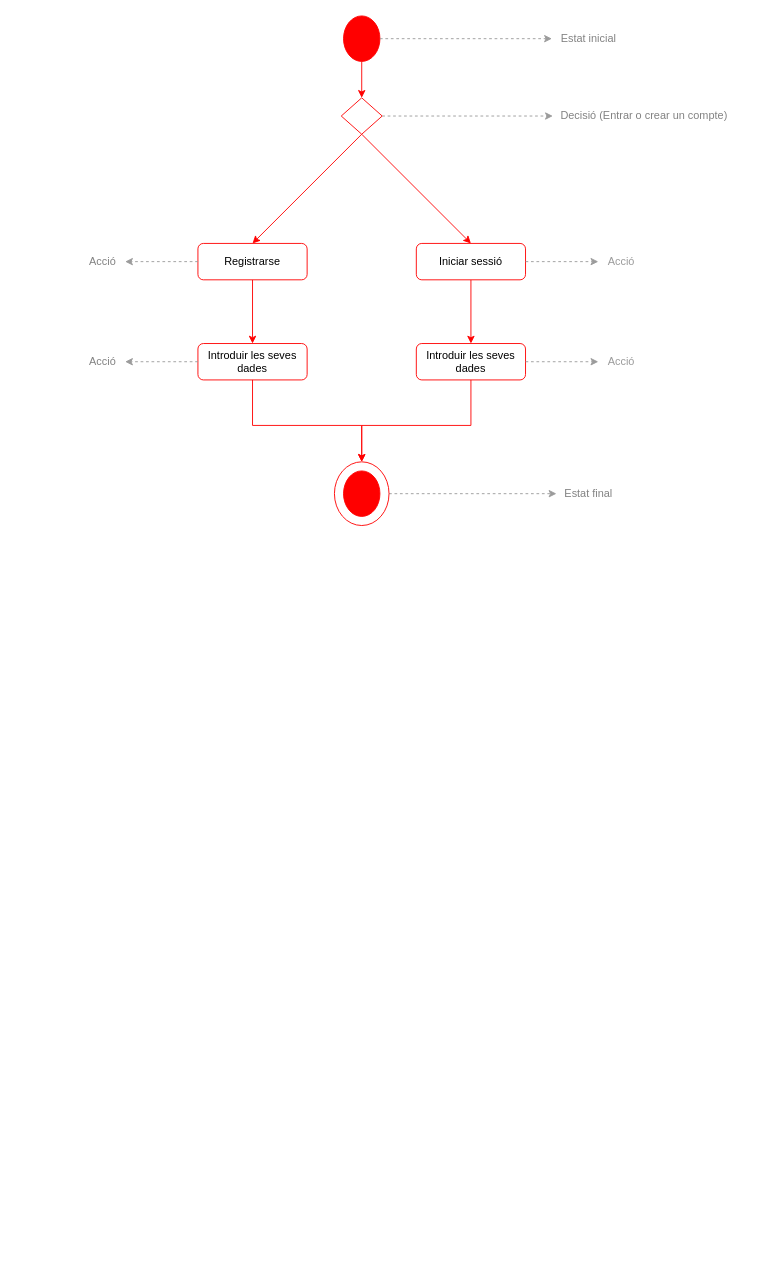
ivanESFE/Projecte keeps this draw.io diagram as Diagramas/ Diagrama d'activitats.drawio. Above is the earlier version. Source tidied: cells renumbered, new cells numbered last; positions are measured from the earlier drawing's top-left corner, leaving out a move shared by most shapes. Both pictures are drawn from the tidied source at 91%, with x=0, y=0 at pixel (79, 15).
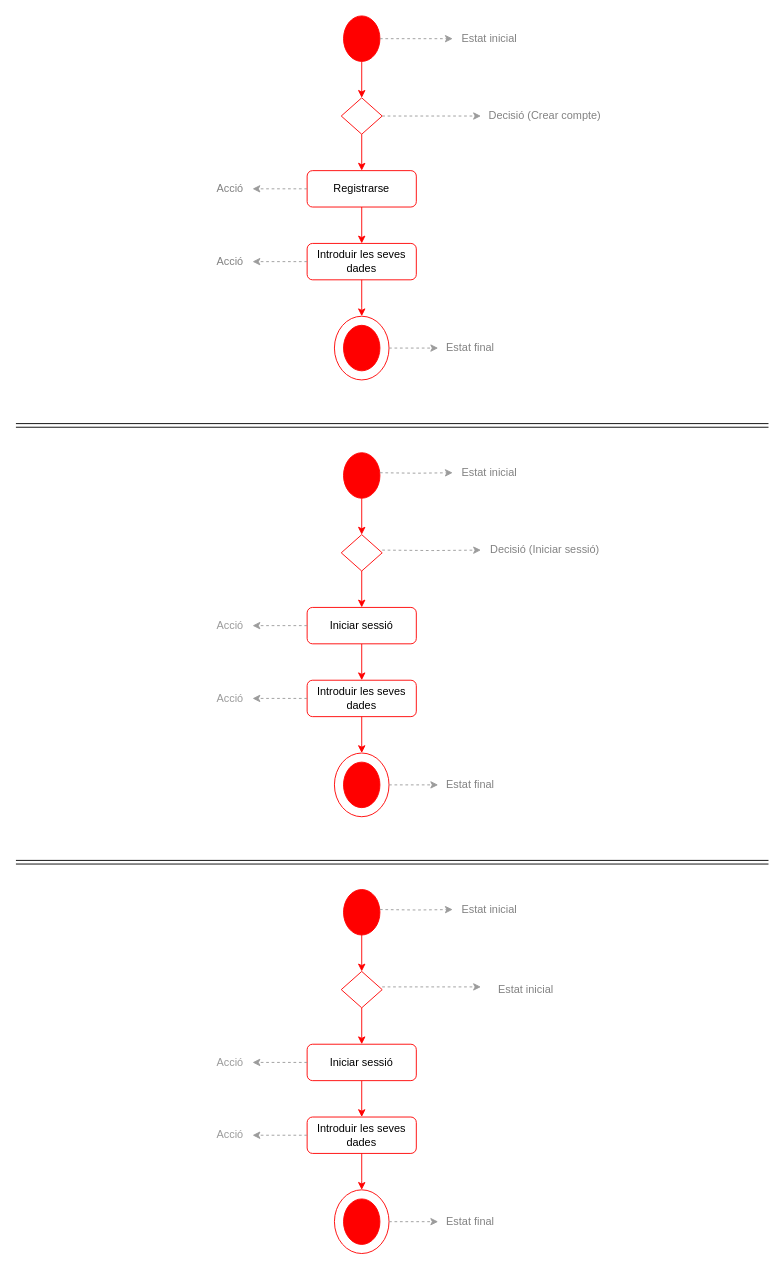
After the change.

The change refers to these unchanged cells:
```xml
<mxCell id="13" style="rhombus;whiteSpace=wrap;html=1;fillColor=#FFFFFF;strokeColor=#FF0000;" parent="1" vertex="1">
  <mxGeometry x="287.5" y="90" width="45" height="40" as="geometry" />
</mxCell>
```

Change to the diagram source:
```diff
@@
     <mxCell id="3" value="Registrarse" style="rounded=1;whiteSpace=wrap;html=1;fontSize=12;glass=0;strokeWidth=1;shadow=0;strokeColor=#FF0000;" parent="1" vertex="1">
-      <mxGeometry x="130" y="250" width="120" height="40" as="geometry" />
+      <mxGeometry x="250" y="170" width="120" height="40" as="geometry" />
     </mxCell>
@@
     <mxCell id="7" value="&lt;font color=&quot;#828282&quot;&gt;Estat inicial&lt;/font&gt;" style="text;html=1;align=center;verticalAlign=middle;points=[];strokeColor=none;fillColor=none;" parent="1" vertex="1">
-      <mxGeometry x="519" y="15" width="80" height="20" as="geometry" />
+      <mxGeometry x="410" y="15" width="80" height="20" as="geometry" />
     </mxCell>
-    <mxCell id="8" style="edgeStyle=orthogonalEdgeStyle;rounded=0;jettySize=auto;html=1;fontColor=#828282;strokeColor=#FF0000;fillColor=#FF0000;entryX=0.5;entryY=0;entryDx=0;entryDy=0;" parent="1" edge="1" source="9" target="16">
-      <mxGeometry relative="1" as="geometry" />
-    </mxCell>
-    <mxCell id="9" value="Iniciar sessió" style="rounded=1;whiteSpace=wrap;html=1;fontSize=12;glass=0;strokeWidth=1;shadow=0;strokeColor=#FF0000;" parent="1" vertex="1">
-      <mxGeometry x="370" y="250" width="120" height="40" as="geometry" />
-    </mxCell>
-    <mxCell id="10" style="endArrow=classic;html=1;rounded=0;entryX=0.5;entryY=0;entryDx=0;entryDy=0;strokeColor=#FF0000;fillColor=#FF0000;exitX=0.5;exitY=1;exitDx=0;exitDy=0;" parent="1" edge="1" source="13" target="9">
-      <mxGeometry relative="1" as="geometry" />
-    </mxCell>
-    <mxCell id="11" value="&lt;font&gt;Acció&lt;/font&gt;" style="text;html=1;align=center;verticalAlign=middle;points=[];strokeColor=none;fillColor=none;fontColor=#9B9B9B;" parent="1" vertex="1">
-      <mxGeometry x="570" y="260" width="50" height="20" as="geometry" />
-    </mxCell>
     <mxCell id="12" value="&lt;font color=&quot;#828282&quot;&gt;Acció&lt;/font&gt;" style="text;html=1;align=center;verticalAlign=middle;points=[];strokeColor=none;fillColor=none;" parent="1" vertex="1">
-      <mxGeometry y="260" width="50" height="20" as="geometry" />
+      <mxGeometry x="140" y="180" width="50" height="20" as="geometry" />
     </mxCell>
@@
-    <mxCell id="14" value="&lt;font color=&quot;#828282&quot;&gt;Decisió (Entrar o crear un compte)&lt;/font&gt;" style="text;html=1;align=center;verticalAlign=middle;points=[];strokeColor=none;fillColor=none;" parent="1" vertex="1">
-      <mxGeometry x="520" y="100" width="200" height="20" as="geometry" />
+    <mxCell id="14" value="&lt;font color=&quot;#828282&quot;&gt;Decisió (Crear compte)&lt;/font&gt;" style="text;html=1;align=center;verticalAlign=middle;points=[];strokeColor=none;fillColor=none;" parent="1" vertex="1">
+      <mxGeometry x="441" y="100" width="140" height="20" as="geometry" />
     </mxCell>
     <mxCell id="15" value="Introduir les seves dades" style="rounded=1;whiteSpace=wrap;html=1;fontSize=12;glass=0;strokeWidth=1;shadow=0;strokeColor=#FF0000;" parent="1" vertex="1">
-      <mxGeometry x="130" y="360" width="120" height="40" as="geometry" />
+      <mxGeometry x="250" y="250" width="120" height="40" as="geometry" />
     </mxCell>
-    <mxCell id="16" value="Introduir les seves dades" style="rounded=1;whiteSpace=wrap;html=1;fontSize=12;glass=0;strokeWidth=1;shadow=0;strokeColor=#FF0000;" parent="1" vertex="1">
-      <mxGeometry x="370" y="360" width="120" height="40" as="geometry" />
-    </mxCell>
-    <mxCell id="17" value="&lt;font&gt;Acció&lt;/font&gt;" style="text;html=1;align=center;verticalAlign=middle;points=[];strokeColor=none;fillColor=none;fontColor=#9B9B9B;" parent="1" vertex="1">
-      <mxGeometry x="570" y="370" width="50" height="20" as="geometry" />
-    </mxCell>
     <mxCell id="18" value="&lt;font color=&quot;#828282&quot;&gt;Acció&lt;/font&gt;" style="text;html=1;align=center;verticalAlign=middle;points=[];strokeColor=none;fillColor=none;" parent="1" vertex="1">
-      <mxGeometry y="370" width="50" height="20" as="geometry" />
+      <mxGeometry x="140" y="260" width="50" height="20" as="geometry" />
     </mxCell>
-    <mxCell id="19" style="edgeStyle=elbowEdgeStyle;elbow=vertical;endArrow=classic;html=1;rounded=0;exitX=0.5;exitY=1;exitDx=0;exitDy=0;strokeColor=#FF0000;entryX=0.5;entryY=0;entryDx=0;entryDy=0;" parent="1" edge="1" source="15" target="30">
-      <mxGeometry relative="1" as="geometry">
-        <Array as="points">
-          <mxPoint x="210" y="450" />
-          <mxPoint x="270" y="470" />
-        </Array>
-      </mxGeometry>
-    </mxCell>
-    <mxCell id="20" style="edgeStyle=elbowEdgeStyle;elbow=vertical;endArrow=classic;html=1;rounded=0;exitX=0.5;exitY=1;exitDx=0;exitDy=0;strokeColor=#FF0000;entryX=0.5;entryY=0;entryDx=0;entryDy=0;" parent="1" edge="1" source="16" target="30">
-      <mxGeometry relative="1" as="geometry">
-        <Array as="points">
-          <mxPoint x="380" y="450" />
-          <mxPoint x="280" y="480" />
-        </Array>
-      </mxGeometry>
-    </mxCell>
-    <mxCell id="21" style="edgeStyle=orthogonalEdgeStyle;rounded=0;jettySize=auto;html=1;fontColor=#828282;strokeColor=#9B9B9B;fillColor=#FF0000;exitX=1;exitY=0.5;exitDx=0;exitDy=0;dashed=1;" parent="1" edge="1" source="16" target="17">
-      <mxGeometry relative="1" as="geometry" />
-    </mxCell>
-    <mxCell id="22" style="edgeStyle=orthogonalEdgeStyle;rounded=0;jettySize=auto;html=1;fontColor=#828282;strokeColor=#9B9B9B;fillColor=#FF0000;exitX=1;exitY=0.5;exitDx=0;exitDy=0;dashed=1;" parent="1" edge="1" source="9" target="11">
-      <mxGeometry relative="1" as="geometry" />
-    </mxCell>
@@
     <mxCell id="27" style="ellipse;whiteSpace=wrap;html=1;strokeColor=#FF0000;fillColor=#FF0000;" parent="1" vertex="1">
-      <mxGeometry x="290" y="500" width="40" height="50" as="geometry" />
+      <mxGeometry x="290" y="340" width="40" height="50" as="geometry" />
     </mxCell>
-    <mxCell id="28" value="&lt;font color=&quot;#828282&quot;&gt;Estat final&lt;br&gt;&lt;/font&gt;" style="text;html=1;align=center;verticalAlign=middle;points=[];strokeColor=none;fillColor=none;" parent="1" vertex="1">
-      <mxGeometry x="524" y="515" width="70" height="20" as="geometry" />
-    </mxCell>
-    <mxCell id="29" style="edgeStyle=orthogonalEdgeStyle;rounded=0;jettySize=auto;html=1;fontColor=#828282;strokeColor=#9B9B9B;fillColor=#FF0000;exitX=1;exitY=0.5;exitDx=0;exitDy=0;dashed=1;" parent="1" edge="1" source="30" target="28">
-      <mxGeometry relative="1" as="geometry" />
-    </mxCell>
     <mxCell id="30" style="ellipse;whiteSpace=wrap;html=1;strokeColor=#FF0000;fillColor=none;" parent="1" vertex="1">
-      <mxGeometry x="280" y="490" width="60" height="70" as="geometry" />
+      <mxGeometry x="280" y="330" width="60" height="70" as="geometry" />
     </mxCell>
+    <mxCell id="31" style="edgeStyle=orthogonalEdgeStyle;rounded=0;jettySize=auto;html=1;fontColor=#828282;strokeColor=#FF0000;fillColor=#FF0000;entryX=0.5;entryY=0;entryDx=0;entryDy=0;" parent="1" edge="1" source="32" target="35">
+      <mxGeometry relative="1" as="geometry" />
+    </mxCell>
+    <mxCell id="32" value="Iniciar sessió" style="rounded=1;whiteSpace=wrap;html=1;fontSize=12;glass=0;strokeWidth=1;shadow=0;strokeColor=#FF0000;" parent="1" vertex="1">
+      <mxGeometry x="250" y="650" width="120" height="40" as="geometry" />
+    </mxCell>
+    <mxCell id="33" style="endArrow=classic;html=1;rounded=0;entryX=0.5;entryY=0;entryDx=0;entryDy=0;strokeColor=#FF0000;fillColor=#FF0000;exitX=0.5;exitY=1;exitDx=0;exitDy=0;" parent="1" edge="1" source="45" target="32">
+      <mxGeometry relative="1" as="geometry" />
+    </mxCell>
+    <mxCell id="34" value="&lt;font&gt;Acció&lt;/font&gt;" style="text;html=1;align=center;verticalAlign=middle;points=[];strokeColor=none;fillColor=none;fontColor=#9B9B9B;" parent="1" vertex="1">
+      <mxGeometry x="140" y="660" width="50" height="20" as="geometry" />
+    </mxCell>
+    <mxCell id="35" value="Introduir les seves dades" style="rounded=1;whiteSpace=wrap;html=1;fontSize=12;glass=0;strokeWidth=1;shadow=0;strokeColor=#FF0000;" parent="1" vertex="1">
+      <mxGeometry x="250" y="730" width="120" height="40" as="geometry" />
+    </mxCell>
+    <mxCell id="36" value="&lt;font&gt;Acció&lt;/font&gt;" style="text;html=1;align=center;verticalAlign=middle;points=[];strokeColor=none;fillColor=none;fontColor=#9B9B9B;" parent="1" vertex="1">
+      <mxGeometry x="140" y="740" width="50" height="20" as="geometry" />
+    </mxCell>
+    <mxCell id="37" style="edgeStyle=elbowEdgeStyle;elbow=vertical;endArrow=classic;html=1;rounded=0;exitX=0.5;exitY=1;exitDx=0;exitDy=0;strokeColor=#FF0000;entryX=0.5;entryY=0;entryDx=0;entryDy=0;" parent="1" edge="1" source="35" target="50">
+      <mxGeometry relative="1" as="geometry">
+        <Array as="points">
+          <mxPoint x="330" y="800" />
+          <mxPoint x="220" y="1060" />
+        </Array>
+      </mxGeometry>
+    </mxCell>
+    <mxCell id="38" style="edgeStyle=orthogonalEdgeStyle;rounded=0;jettySize=auto;html=1;fontColor=#828282;strokeColor=#9B9B9B;fillColor=#FF0000;dashed=1;exitX=0;exitY=0.5;exitDx=0;exitDy=0;" parent="1" edge="1" source="35" target="36">
+      <mxGeometry relative="1" as="geometry" />
+    </mxCell>
+    <mxCell id="39" style="edgeStyle=orthogonalEdgeStyle;rounded=0;jettySize=auto;html=1;fontColor=#828282;strokeColor=#9B9B9B;fillColor=#FF0000;exitX=0;exitY=0.5;exitDx=0;exitDy=0;dashed=1;" parent="1" edge="1" source="32" target="34">
+      <mxGeometry relative="1" as="geometry" />
+    </mxCell>
+    <mxCell id="19" style="edgeStyle=orthogonalEdgeStyle;rounded=0;jettySize=auto;html=1;fontColor=#828282;strokeColor=#FF0000;fillColor=#FF0000;entryX=0.5;entryY=0;entryDx=0;entryDy=0;exitX=0.5;exitY=1;exitDx=0;exitDy=0;" parent="1" edge="1" source="15" target="30">
+      <mxGeometry relative="1" as="geometry">
+        <Array as="points">
+          <mxPoint x="310" y="320" />
+          <mxPoint x="310" y="320" />
+        </Array>
+      </mxGeometry>
+    </mxCell>
+    <mxCell id="40" value="&lt;font color=&quot;#828282&quot;&gt;Estat final&lt;br&gt;&lt;/font&gt;" style="text;html=1;align=center;verticalAlign=middle;points=[];strokeColor=none;fillColor=none;" parent="1" vertex="1">
+      <mxGeometry x="394" y="355" width="70" height="20" as="geometry" />
+    </mxCell>
+    <mxCell id="41" style="edgeStyle=orthogonalEdgeStyle;rounded=0;jettySize=auto;html=1;fontColor=#828282;strokeColor=#9B9B9B;fillColor=#FF0000;exitX=1;exitY=0.5;exitDx=0;exitDy=0;dashed=1;entryX=0;entryY=0.5;entryDx=0;entryDy=0;entryPerimeter=0;" parent="1" edge="1" source="30" target="40">
+      <mxGeometry relative="1" as="geometry" />
+    </mxCell>
+    <mxCell id="42" style="edgeStyle=orthogonalEdgeStyle;rounded=0;jettySize=auto;html=1;fontColor=#828282;strokeColor=#FF0000;fillColor=#FF0000;" parent="1" edge="1" source="43" target="45">
+      <mxGeometry relative="1" as="geometry" />
+    </mxCell>
+    <mxCell id="43" style="ellipse;whiteSpace=wrap;html=1;strokeColor=#FF0000;fillColor=#FF0000;" parent="1" vertex="1">
+      <mxGeometry x="290" y="480" width="40" height="50" as="geometry" />
+    </mxCell>
+    <mxCell id="44" value="&lt;font color=&quot;#828282&quot;&gt;Estat inicial&lt;/font&gt;" style="text;html=1;align=center;verticalAlign=middle;points=[];strokeColor=none;fillColor=none;" parent="1" vertex="1">
+      <mxGeometry x="410" y="492" width="80" height="20" as="geometry" />
+    </mxCell>
+    <mxCell id="45" style="rhombus;whiteSpace=wrap;html=1;fillColor=#FFFFFF;strokeColor=#FF0000;" parent="1" vertex="1">
+      <mxGeometry x="287.5" y="570" width="45" height="40" as="geometry" />
+    </mxCell>
+    <mxCell id="46" value="&lt;font color=&quot;#828282&quot;&gt;Decisió (Iniciar sessió)&lt;/font&gt;" style="text;html=1;align=center;verticalAlign=middle;points=[];strokeColor=none;fillColor=none;" parent="1" vertex="1">
+      <mxGeometry x="441" y="577" width="140" height="20" as="geometry" />
+    </mxCell>
+    <mxCell id="47" style="edgeStyle=orthogonalEdgeStyle;rounded=0;jettySize=auto;html=1;fontColor=#828282;strokeColor=#9B9B9B;fillColor=#FF0000;exitX=1;exitY=0.5;exitDx=0;exitDy=0;dashed=1;" parent="1" edge="1" target="46">
+      <mxGeometry relative="1" as="geometry">
+        <mxPoint x="332.5" y="587" as="sourcePoint" />
+      </mxGeometry>
+    </mxCell>
+    <mxCell id="48" style="edgeStyle=orthogonalEdgeStyle;rounded=0;jettySize=auto;html=1;fontColor=#828282;strokeColor=#9B9B9B;fillColor=#FF0000;exitX=1;exitY=0.5;exitDx=0;exitDy=0;dashed=1;" parent="1" edge="1" target="44">
+      <mxGeometry relative="1" as="geometry">
+        <mxPoint x="330" y="502" as="sourcePoint" />
+      </mxGeometry>
+    </mxCell>
+    <mxCell id="49" style="ellipse;whiteSpace=wrap;html=1;strokeColor=#FF0000;fillColor=#FF0000;" parent="1" vertex="1">
+      <mxGeometry x="290" y="820" width="40" height="50" as="geometry" />
+    </mxCell>
+    <mxCell id="50" style="ellipse;whiteSpace=wrap;html=1;strokeColor=#FF0000;fillColor=none;" parent="1" vertex="1">
+      <mxGeometry x="280" y="810" width="60" height="70" as="geometry" />
+    </mxCell>
+    <mxCell id="51" value="&lt;font color=&quot;#828282&quot;&gt;Estat final&lt;br&gt;&lt;/font&gt;" style="text;html=1;align=center;verticalAlign=middle;points=[];strokeColor=none;fillColor=none;" parent="1" vertex="1">
+      <mxGeometry x="394" y="835" width="70" height="20" as="geometry" />
+    </mxCell>
+    <mxCell id="52" style="edgeStyle=orthogonalEdgeStyle;rounded=0;jettySize=auto;html=1;fontColor=#828282;strokeColor=#9B9B9B;fillColor=#FF0000;exitX=1;exitY=0.5;exitDx=0;exitDy=0;dashed=1;entryX=0;entryY=0.5;entryDx=0;entryDy=0;entryPerimeter=0;" parent="1" edge="1" source="50" target="51">
+      <mxGeometry relative="1" as="geometry" />
+    </mxCell>
+    <mxCell id="53" style="shape=link;html=1;rounded=0;" parent="1" edge="1">
+      <mxGeometry relative="1" as="geometry">
+        <mxPoint x="-70" y="450" as="sourcePoint" />
+        <mxPoint x="757" y="450" as="targetPoint" />
+      </mxGeometry>
+    </mxCell>
+    <mxCell id="54" style="shape=link;html=1;rounded=0;" parent="1" edge="1">
+      <mxGeometry relative="1" as="geometry">
+        <mxPoint x="-70" y="930" as="sourcePoint" />
+        <mxPoint x="757" y="930" as="targetPoint" />
+      </mxGeometry>
+    </mxCell>
+    <mxCell id="55" style="edgeStyle=orthogonalEdgeStyle;rounded=0;jettySize=auto;html=1;fontColor=#828282;strokeColor=#FF0000;fillColor=#FF0000;entryX=0.5;entryY=0;entryDx=0;entryDy=0;" parent="1" edge="1" source="56" target="59">
+      <mxGeometry relative="1" as="geometry" />
+    </mxCell>
+    <mxCell id="56" value="Iniciar sessió" style="rounded=1;whiteSpace=wrap;html=1;fontSize=12;glass=0;strokeWidth=1;shadow=0;strokeColor=#FF0000;" parent="1" vertex="1">
+      <mxGeometry x="250" y="1130" width="120" height="40" as="geometry" />
+    </mxCell>
+    <mxCell id="57" style="endArrow=classic;html=1;rounded=0;entryX=0.5;entryY=0;entryDx=0;entryDy=0;strokeColor=#FF0000;fillColor=#FF0000;exitX=0.5;exitY=1;exitDx=0;exitDy=0;" parent="1" edge="1" source="67" target="56">
+      <mxGeometry relative="1" as="geometry" />
+    </mxCell>
+    <mxCell id="58" value="&lt;font&gt;Acció&lt;/font&gt;" style="text;html=1;align=center;verticalAlign=middle;points=[];strokeColor=none;fillColor=none;fontColor=#9B9B9B;" parent="1" vertex="1">
+      <mxGeometry x="140" y="1140" width="50" height="20" as="geometry" />
+    </mxCell>
+    <mxCell id="59" value="Introduir les seves dades" style="rounded=1;whiteSpace=wrap;html=1;fontSize=12;glass=0;strokeWidth=1;shadow=0;strokeColor=#FF0000;" parent="1" vertex="1">
+      <mxGeometry x="250" y="1210" width="120" height="40" as="geometry" />
+    </mxCell>
+    <mxCell id="60" value="&lt;font&gt;Acció&lt;/font&gt;" style="text;html=1;align=center;verticalAlign=middle;points=[];strokeColor=none;fillColor=none;fontColor=#9B9B9B;" parent="1" vertex="1">
+      <mxGeometry x="140" y="1220" width="50" height="20" as="geometry" />
+    </mxCell>
+    <mxCell id="61" style="edgeStyle=elbowEdgeStyle;elbow=vertical;endArrow=classic;html=1;rounded=0;exitX=0.5;exitY=1;exitDx=0;exitDy=0;strokeColor=#FF0000;entryX=0.5;entryY=0;entryDx=0;entryDy=0;" parent="1" edge="1" source="59" target="71">
+      <mxGeometry relative="1" as="geometry">
+        <Array as="points">
+          <mxPoint x="330" y="1280" />
+          <mxPoint x="220" y="1540" />
+        </Array>
+      </mxGeometry>
+    </mxCell>
+    <mxCell id="62" style="edgeStyle=orthogonalEdgeStyle;rounded=0;jettySize=auto;html=1;fontColor=#828282;strokeColor=#9B9B9B;fillColor=#FF0000;dashed=1;exitX=0;exitY=0.5;exitDx=0;exitDy=0;" parent="1" edge="1" source="59" target="60">
+      <mxGeometry relative="1" as="geometry" />
+    </mxCell>
+    <mxCell id="63" style="edgeStyle=orthogonalEdgeStyle;rounded=0;jettySize=auto;html=1;fontColor=#828282;strokeColor=#9B9B9B;fillColor=#FF0000;exitX=0;exitY=0.5;exitDx=0;exitDy=0;dashed=1;" parent="1" edge="1" source="56" target="58">
+      <mxGeometry relative="1" as="geometry" />
+    </mxCell>
+    <mxCell id="64" style="edgeStyle=orthogonalEdgeStyle;rounded=0;jettySize=auto;html=1;fontColor=#828282;strokeColor=#FF0000;fillColor=#FF0000;" parent="1" edge="1" source="65" target="67">
+      <mxGeometry relative="1" as="geometry" />
+    </mxCell>
+    <mxCell id="65" style="ellipse;whiteSpace=wrap;html=1;strokeColor=#FF0000;fillColor=#FF0000;" parent="1" vertex="1">
+      <mxGeometry x="290" y="960" width="40" height="50" as="geometry" />
+    </mxCell>
+    <mxCell id="66" value="&lt;font color=&quot;#828282&quot;&gt;Estat inicial&lt;/font&gt;" style="text;html=1;align=center;verticalAlign=middle;points=[];strokeColor=none;fillColor=none;" parent="1" vertex="1">
+      <mxGeometry x="410" y="972" width="80" height="20" as="geometry" />
+    </mxCell>
+    <mxCell id="67" style="rhombus;whiteSpace=wrap;html=1;fillColor=#FFFFFF;strokeColor=#FF0000;" parent="1" vertex="1">
+      <mxGeometry x="287.5" y="1050" width="45" height="40" as="geometry" />
+    </mxCell>
+    <mxCell id="68" style="edgeStyle=orthogonalEdgeStyle;rounded=0;orthogonalLoop=1;jettySize=auto;html=1;fontColor=#828282;strokeColor=#9B9B9B;fillColor=#FF0000;exitX=1;exitY=0.5;exitDx=0;exitDy=0;dashed=1;" parent="1" edge="1">
+      <mxGeometry relative="1" as="geometry">
+        <mxPoint x="332.5" y="1067" as="sourcePoint" />
+        <mxPoint x="441" y="1067" as="targetPoint" />
+      </mxGeometry>
+    </mxCell>
+    <mxCell id="69" style="edgeStyle=orthogonalEdgeStyle;rounded=0;jettySize=auto;html=1;fontColor=#828282;strokeColor=#9B9B9B;fillColor=#FF0000;exitX=1;exitY=0.5;exitDx=0;exitDy=0;dashed=1;" parent="1" edge="1" target="66">
+      <mxGeometry relative="1" as="geometry">
+        <mxPoint x="330" y="982" as="sourcePoint" />
+      </mxGeometry>
+    </mxCell>
+    <mxCell id="70" style="ellipse;whiteSpace=wrap;html=1;strokeColor=#FF0000;fillColor=#FF0000;" parent="1" vertex="1">
+      <mxGeometry x="290" y="1300" width="40" height="50" as="geometry" />
+    </mxCell>
+    <mxCell id="71" style="ellipse;whiteSpace=wrap;html=1;strokeColor=#FF0000;fillColor=none;" parent="1" vertex="1">
+      <mxGeometry x="280" y="1290" width="60" height="70" as="geometry" />
+    </mxCell>
+    <mxCell id="72" value="&lt;font color=&quot;#828282&quot;&gt;Estat final&lt;br&gt;&lt;/font&gt;" style="text;html=1;align=center;verticalAlign=middle;points=[];strokeColor=none;fillColor=none;" parent="1" vertex="1">
+      <mxGeometry x="394" y="1315" width="70" height="20" as="geometry" />
+    </mxCell>
+    <mxCell id="73" style="edgeStyle=orthogonalEdgeStyle;rounded=0;jettySize=auto;html=1;fontColor=#828282;strokeColor=#9B9B9B;fillColor=#FF0000;exitX=1;exitY=0.5;exitDx=0;exitDy=0;dashed=1;entryX=0;entryY=0.5;entryDx=0;entryDy=0;entryPerimeter=0;" parent="1" edge="1" source="71" target="72">
+      <mxGeometry relative="1" as="geometry" />
+    </mxCell>
+    <mxCell id="74" value="&lt;font color=&quot;#828282&quot;&gt;Estat inicial&lt;/font&gt;" style="text;html=1;align=center;verticalAlign=middle;strokeColor=none;fillColor=none;" parent="1" vertex="1">
+      <mxGeometry x="450" y="1060" width="80" height="20" as="geometry" />
+    </mxCell>
```
